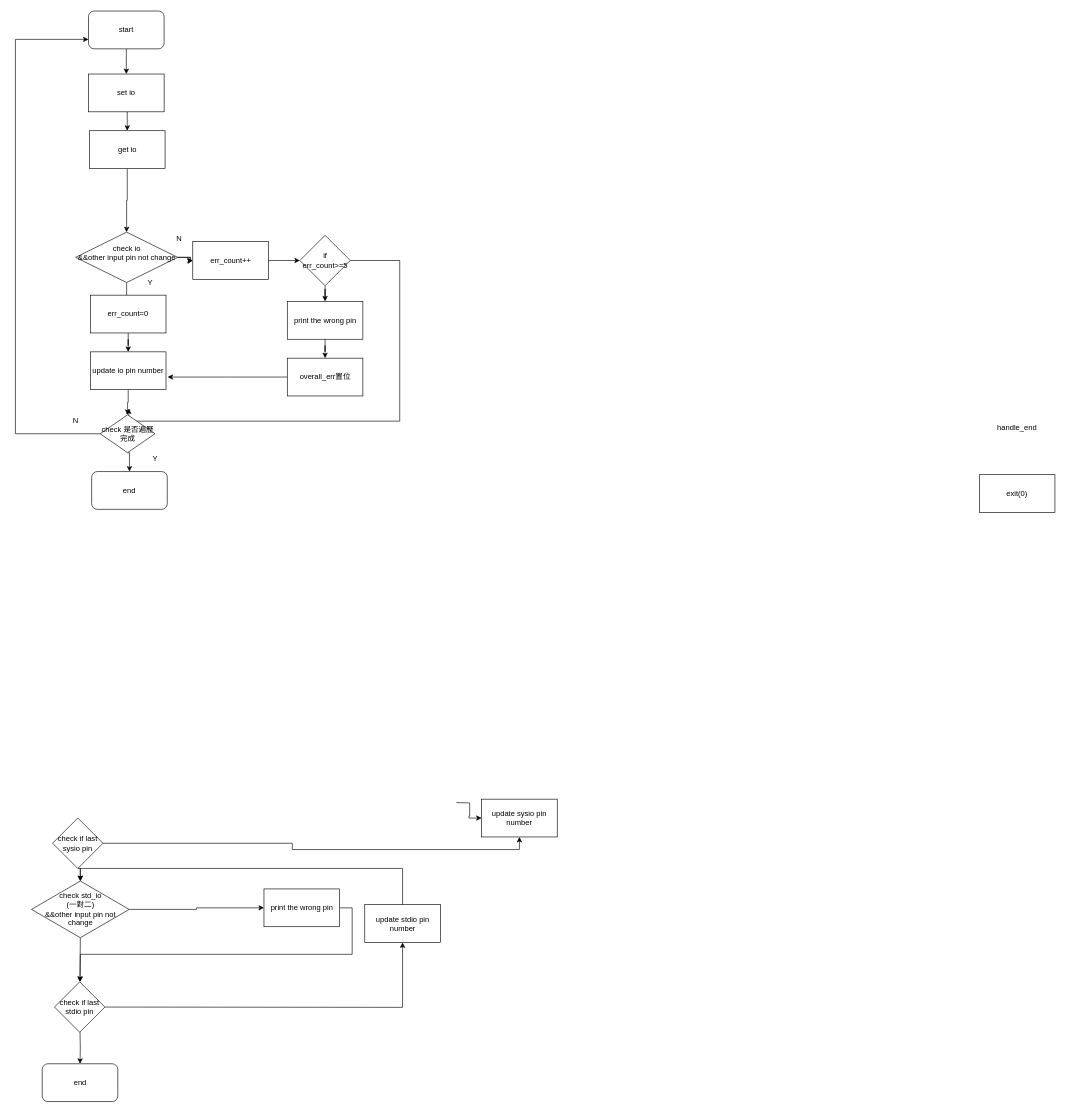
This is io_test_rewrite.drawio from eziohzy/FlowChartRepository, a draw.io file, before an edit. Source tidied: cells renumbered, new cells numbered last; positions are measured from the earlier drawing's top-left corner, leaving out a move shared by most shapes. Both pictures are drawn from the tidied source at 63%, with x=0, y=0 at pixel (15, 11).
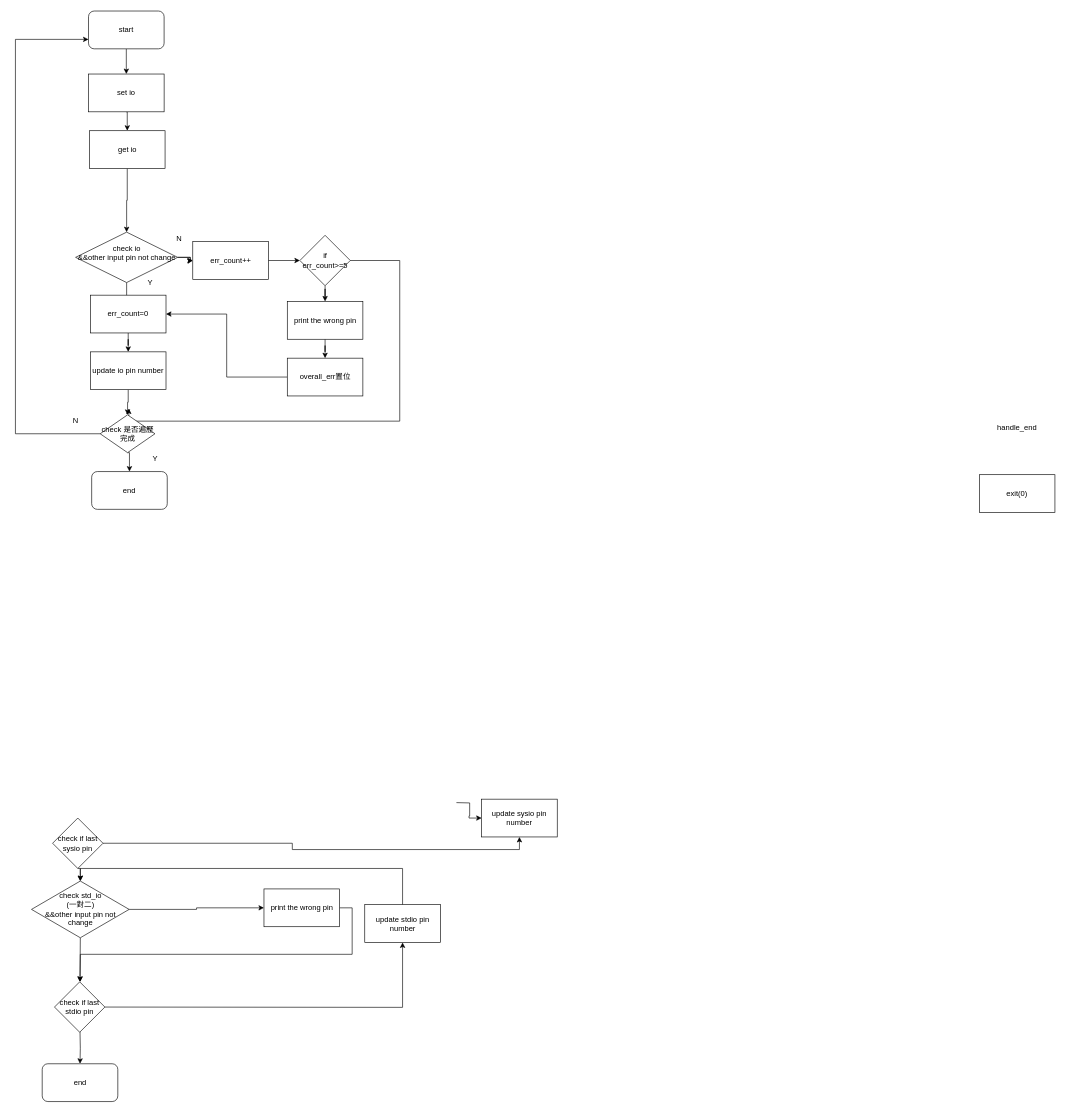
Above is the later version.

Unchanged cells that the change refers to:
```xml
<mxCell id="32" value="err_count=0" style="rounded=0;whiteSpace=wrap;html=1;" parent="1" vertex="1">
  <mxGeometry x="119" y="451" width="120" height="60" as="geometry" />
</mxCell>
<mxCell id="46" value="overall_err置位" style="rounded=0;whiteSpace=wrap;html=1;" parent="1" vertex="1">
  <mxGeometry x="431.5" y="551" width="120" height="60" as="geometry" />
</mxCell>
```

Diff of the diagram source:
```diff
@@
-    <mxCell id="45" style="edgeStyle=orthogonalEdgeStyle;rounded=0;jettySize=auto;html=1;" parent="1" edge="1" source="46">
-      <mxGeometry relative="1" as="geometry">
-        <mxPoint x="241.5" y="581" as="targetPoint" />
-      </mxGeometry>
-    </mxCell>
+    <mxCell id="51" style="edgeStyle=orthogonalEdgeStyle;rounded=0;jettySize=auto;html=1;exitX=0;exitY=0.5;exitDx=0;exitDy=0;entryX=1;entryY=0.5;entryDx=0;entryDy=0;" parent="1" edge="1" source="46" target="32">
+      <mxGeometry relative="1" as="geometry" />
+    </mxCell>
```
